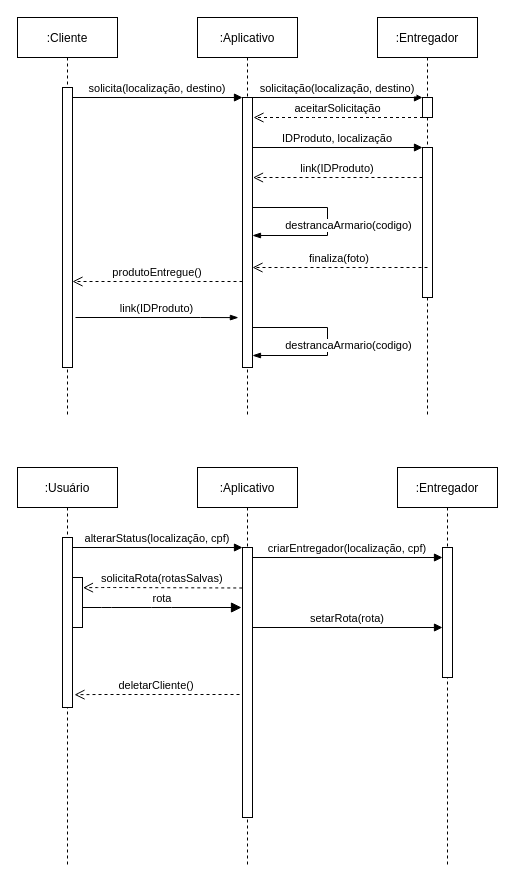
Above: Caso de uso extendido.drawio in bruniculos08/SOFT003 (draw.io), before the change. Source tidied: cells renumbered, new cells numbered last; positions are measured from the earlier drawing's top-left corner, leaving out a move shared by most shapes. Both pictures are drawn from the tidied source at 100%, with x=0, y=0 at pixel (17, 17).
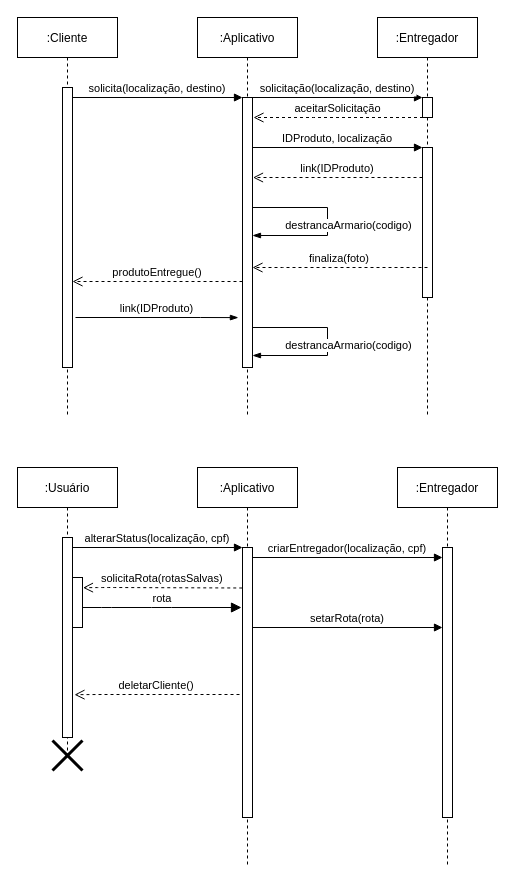
After the change.

The change refers to these unchanged cells:
```xml
<mxCell id="31" value=":Entregador" style="shape=umlLifeline;perimeter=lifelinePerimeter;rounded=0;shadow=0;strokeWidth=1;" parent="1" vertex="1">
  <mxGeometry x="380" y="450" width="100" height="400" as="geometry" />
</mxCell>
```

Diff of the diagram source:
```diff
@@
     <mxCell id="22" value=":Usuário" style="shape=umlLifeline;perimeter=lifelinePerimeter;rounded=0;shadow=0;strokeWidth=1;" parent="1" vertex="1">
-      <mxGeometry y="450" width="100" height="400" as="geometry" />
+      <mxGeometry y="450" width="100" height="290" as="geometry" />
     </mxCell>
     <mxCell id="23" style="points=[];perimeter=orthogonalPerimeter;rounded=0;shadow=0;strokeWidth=1;" parent="22" vertex="1">
-      <mxGeometry x="45" y="70" width="10" height="170" as="geometry" />
+      <mxGeometry x="45" y="70" width="10" height="200" as="geometry" />
     </mxCell>
@@
+    <mxCell id="35" style="shape=umlDestroy;whiteSpace=wrap;html=1;strokeWidth=3;" parent="22" vertex="1">
+      <mxGeometry x="35" y="273" width="30" height="30" as="geometry" />
+    </mxCell>
@@
     <mxCell id="32" style="points=[];perimeter=orthogonalPerimeter;rounded=0;shadow=0;strokeWidth=1;" parent="31" vertex="1">
-      <mxGeometry x="45" y="80" width="10" height="130" as="geometry" />
+      <mxGeometry x="45" y="80" width="10" height="270" as="geometry" />
     </mxCell>
```
